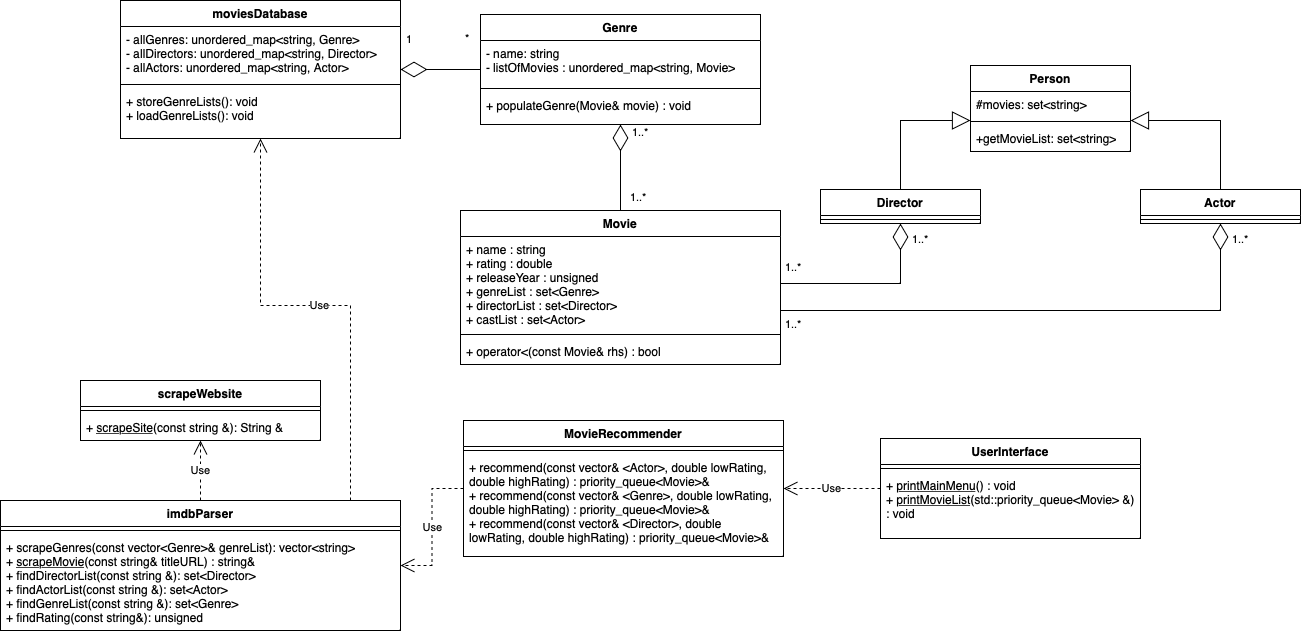
Above: Design Documents/UML Class Diagram.png in dzshao/CineFile (draw.io), before the change. Source tidied: cells renumbered, new cells last; positions are measured from the earlier drawing's top-left corner, leaving out a move shared by most shapes. Source of this version:
```xml
<mxGraphModel>
  <root>
    <mxCell id="0" />
    <mxCell id="1" parent="0" />
    <mxCell id="2" value="scrapeWebsite" style="swimlane;fontStyle=1;align=center;verticalAlign=top;horizontal=1;startSize=26;whiteSpace=wrap;html=1;" parent="1" vertex="1">
      <mxGeometry x="80" y="380" width="240" height="60" as="geometry" />
    </mxCell>
    <mxCell id="3" style="line;strokeWidth=1;fillColor=none;align=left;verticalAlign=middle;spacingTop=-1;spacingLeft=3;spacingRight=3;labelPosition=right;strokeColor=inherit;" parent="2" vertex="1">
      <mxGeometry y="26" width="240" height="8" as="geometry" />
    </mxCell>
    <mxCell id="4" value="+ &lt;u&gt;scrapeSite&lt;/u&gt;(const string &amp;amp;): String &amp;amp;" style="text;strokeColor=none;fillColor=none;align=left;verticalAlign=top;spacingLeft=4;spacingRight=4;overflow=hidden;whiteSpace=wrap;html=1;" parent="2" vertex="1">
      <mxGeometry y="34" width="240" height="26" as="geometry" />
    </mxCell>
    <mxCell id="5" value="imdbParser" style="swimlane;fontStyle=1;align=center;verticalAlign=top;horizontal=1;startSize=26;whiteSpace=wrap;html=1;" parent="1" vertex="1">
      <mxGeometry y="500" width="400" height="130" as="geometry" />
    </mxCell>
    <mxCell id="6" style="line;strokeWidth=1;fillColor=none;align=left;verticalAlign=middle;spacingTop=-1;spacingLeft=3;spacingRight=3;labelPosition=right;strokeColor=inherit;" parent="5" vertex="1">
      <mxGeometry y="26" width="400" height="8" as="geometry" />
    </mxCell>
    <mxCell id="7" value="+ scrapeGenres(const vector&amp;lt;Genre&amp;gt;&amp;amp; genreList): vector&amp;lt;string&amp;gt;&lt;br&gt;+ &lt;u&gt;scrapeMovie&lt;/u&gt;(const string&amp;amp; titleURL) : string&amp;amp;&lt;br&gt;&lt;span id=&quot;docs-internal-guid-ddfb0b3d-7fff-8df2-92ae-f0cd53066be5&quot;&gt;&lt;/span&gt;&lt;span id=&quot;docs-internal-guid-843b13eb-7fff-01cc-6c29-d7cb26094bbc&quot;&gt;&lt;/span&gt;&lt;span id=&quot;docs-internal-guid-843b13eb-7fff-01cc-6c29-d7cb26094bbc&quot;&gt;&lt;/span&gt;&lt;span id=&quot;docs-internal-guid-843b13eb-7fff-01cc-6c29-d7cb26094bbc&quot;&gt;&lt;/span&gt;&lt;span id=&quot;docs-internal-guid-843b13eb-7fff-01cc-6c29-d7cb26094bbc&quot;&gt;&lt;/span&gt;+ findDirectorList(const string &amp;amp;): set&amp;lt;Director&amp;gt;&lt;br&gt;+ findActorList(const string &amp;amp;): set&amp;lt;Actor&amp;gt;&lt;br&gt;+ findGenreList(const string &amp;amp;): set&amp;lt;Genre&amp;gt;&lt;br&gt;+ findRating(const string&amp;amp;): unsigned" style="text;strokeColor=none;fillColor=none;align=left;verticalAlign=top;spacingLeft=4;spacingRight=4;overflow=hidden;whiteSpace=wrap;html=1;" parent="5" vertex="1">
      <mxGeometry y="34" width="400" height="96" as="geometry" />
    </mxCell>
    <mxCell id="8" value="moviesDatabase" style="swimlane;fontStyle=1;align=center;verticalAlign=top;horizontal=1;startSize=26;whiteSpace=wrap;html=1;" parent="1" vertex="1">
      <mxGeometry x="120" width="280" height="138" as="geometry" />
    </mxCell>
    <mxCell id="9" value="- allGenres: unordered_map&amp;lt;string, Genre&amp;gt;&lt;br&gt;- allDirectors: unordered_map&amp;lt;string, Director&amp;gt;&lt;br&gt;- allActors: unordered_map&amp;lt;string, Actor&amp;gt;" style="text;strokeColor=none;fillColor=none;align=left;verticalAlign=top;spacingLeft=4;spacingRight=4;overflow=hidden;whiteSpace=wrap;html=1;" parent="8" vertex="1">
      <mxGeometry y="26" width="280" height="54" as="geometry" />
    </mxCell>
    <mxCell id="10" style="line;strokeWidth=1;fillColor=none;align=left;verticalAlign=middle;spacingTop=-1;spacingLeft=3;spacingRight=3;labelPosition=right;strokeColor=inherit;" parent="8" vertex="1">
      <mxGeometry y="80" width="280" height="8" as="geometry" />
    </mxCell>
    <mxCell id="11" value="+ storeGenreLists(): void&lt;br&gt;+ loadGenreLists(): void" style="text;strokeColor=none;fillColor=none;align=left;verticalAlign=top;spacingLeft=4;spacingRight=4;overflow=hidden;whiteSpace=wrap;html=1;" parent="8" vertex="1">
      <mxGeometry y="88" width="280" height="50" as="geometry" />
    </mxCell>
    <mxCell id="12" value="Genre" style="swimlane;fontStyle=1;align=center;verticalAlign=top;horizontal=1;startSize=26;whiteSpace=wrap;html=1;" parent="1" vertex="1">
      <mxGeometry x="480" y="14" width="280" height="110" as="geometry" />
    </mxCell>
    <mxCell id="13" value="- name: string&lt;br&gt;- listOfMovies : unordered_map&amp;lt;string, Movie&amp;gt;" style="text;strokeColor=none;fillColor=none;align=left;verticalAlign=top;spacingLeft=4;spacingRight=4;overflow=hidden;whiteSpace=wrap;html=1;" parent="12" vertex="1">
      <mxGeometry y="26" width="280" height="44" as="geometry" />
    </mxCell>
    <mxCell id="14" style="line;strokeWidth=1;fillColor=none;align=left;verticalAlign=middle;spacingTop=-1;spacingLeft=3;spacingRight=3;labelPosition=right;strokeColor=inherit;" parent="12" vertex="1">
      <mxGeometry y="70" width="280" height="8" as="geometry" />
    </mxCell>
    <mxCell id="15" value="+ populateGenre(Movie&amp;amp; movie) : void" style="text;strokeColor=none;fillColor=none;align=left;verticalAlign=top;spacingLeft=4;spacingRight=4;overflow=hidden;whiteSpace=wrap;html=1;" parent="12" vertex="1">
      <mxGeometry y="78" width="280" height="32" as="geometry" />
    </mxCell>
    <mxCell id="16" value="Movie" style="swimlane;fontStyle=1;align=center;verticalAlign=top;horizontal=1;startSize=26;whiteSpace=wrap;html=1;" parent="1" vertex="1">
      <mxGeometry x="460" y="210" width="320" height="154" as="geometry" />
    </mxCell>
    <mxCell id="17" value="+ name : string&lt;br&gt;+ rating : double&lt;br&gt;+ releaseYear : unsigned&lt;br&gt;+ genreList : set&amp;lt;Genre&amp;gt;&lt;br&gt;+ directorList : set&amp;lt;Director&amp;gt;&lt;br&gt;+ castList : set&amp;lt;Actor&amp;gt;" style="text;strokeColor=none;fillColor=none;align=left;verticalAlign=top;spacingLeft=4;spacingRight=4;overflow=hidden;points=[[0,0.5],[1,0.5]];portConstraint=eastwest;whiteSpace=wrap;html=1;" parent="16" vertex="1">
      <mxGeometry y="26" width="320" height="94" as="geometry" />
    </mxCell>
    <mxCell id="18" style="line;strokeWidth=1;fillColor=none;align=left;verticalAlign=middle;spacingTop=-1;spacingLeft=3;spacingRight=3;labelPosition=right;strokeColor=inherit;" parent="16" vertex="1">
      <mxGeometry y="120" width="320" height="8" as="geometry" />
    </mxCell>
    <mxCell id="19" value="+ operator&amp;lt;(const Movie&amp;amp; rhs) : bool" style="text;strokeColor=none;fillColor=none;align=left;verticalAlign=top;spacingLeft=4;spacingRight=4;overflow=hidden;whiteSpace=wrap;html=1;" parent="16" vertex="1">
      <mxGeometry y="128" width="320" height="26" as="geometry" />
    </mxCell>
    <mxCell id="20" value="MovieRecommender" style="swimlane;fontStyle=1;align=center;verticalAlign=top;horizontal=1;startSize=26;whiteSpace=wrap;html=1;" parent="1" vertex="1">
      <mxGeometry x="463" y="420" width="320" height="136" as="geometry" />
    </mxCell>
    <mxCell id="21" style="line;strokeWidth=1;fillColor=none;align=left;verticalAlign=middle;spacingTop=-1;spacingLeft=3;spacingRight=3;labelPosition=right;strokeColor=inherit;" parent="20" vertex="1">
      <mxGeometry y="26" width="320" height="8" as="geometry" />
    </mxCell>
    <mxCell id="22" value="+ recommend(const vector&amp;amp; &amp;lt;Actor&amp;gt;, double lowRating, double highRating) : priority_queue&amp;lt;Movie&amp;gt;&amp;amp;&lt;br&gt;+ recommend(const vector&amp;amp; &amp;lt;Genre&amp;gt;, double lowRating, double highRating) : priority_queue&amp;lt;Movie&amp;gt;&amp;amp;&lt;br&gt;+ recommend(const vector&amp;amp; &amp;lt;Director&amp;gt;, double lowRating, double highRating) : priority_queue&amp;lt;Movie&amp;gt;&amp;amp;" style="text;strokeColor=none;fillColor=none;align=left;verticalAlign=top;spacingLeft=4;spacingRight=4;overflow=hidden;whiteSpace=wrap;html=1;" parent="20" vertex="1">
      <mxGeometry y="34" width="320" height="102" as="geometry" />
    </mxCell>
    <mxCell id="23" value="Actor" style="swimlane;fontStyle=1;align=center;verticalAlign=top;horizontal=1;startSize=26;whiteSpace=wrap;html=1;" parent="1" vertex="1">
      <mxGeometry x="1140" y="189" width="160" height="34" as="geometry" />
    </mxCell>
    <mxCell id="24" style="line;strokeWidth=1;fillColor=none;align=left;verticalAlign=middle;spacingTop=-1;spacingLeft=3;spacingRight=3;labelPosition=right;strokeColor=inherit;" parent="23" vertex="1">
      <mxGeometry y="26" width="160" height="8" as="geometry" />
    </mxCell>
    <mxCell id="25" value="Director" style="swimlane;fontStyle=1;align=center;verticalAlign=top;horizontal=1;startSize=26;whiteSpace=wrap;html=1;" parent="1" vertex="1">
      <mxGeometry x="820" y="189" width="160" height="34" as="geometry" />
    </mxCell>
    <mxCell id="26" style="line;strokeWidth=1;fillColor=none;align=left;verticalAlign=middle;spacingTop=-1;spacingLeft=3;spacingRight=3;labelPosition=right;strokeColor=inherit;" parent="25" vertex="1">
      <mxGeometry y="26" width="160" height="8" as="geometry" />
    </mxCell>
    <mxCell id="27" value="UserInterface" style="swimlane;fontStyle=1;align=center;verticalAlign=top;horizontal=1;startSize=26;whiteSpace=wrap;html=1;" parent="1" vertex="1">
      <mxGeometry x="880" y="438" width="260" height="100" as="geometry" />
    </mxCell>
    <mxCell id="28" style="line;strokeWidth=1;fillColor=none;align=left;verticalAlign=middle;spacingTop=-1;spacingLeft=3;spacingRight=3;labelPosition=right;strokeColor=inherit;" parent="27" vertex="1">
      <mxGeometry y="26" width="260" height="8" as="geometry" />
    </mxCell>
    <mxCell id="29" value="+ &lt;u&gt;printMainMenu&lt;/u&gt;() : void&lt;br&gt;+ &lt;u&gt;printMovieList&lt;/u&gt;(std::priority_queue&amp;lt;Movie&amp;gt; &amp;amp;) : void" style="text;strokeColor=none;fillColor=none;align=left;verticalAlign=top;spacingLeft=4;spacingRight=4;overflow=hidden;whiteSpace=wrap;html=1;" parent="27" vertex="1">
      <mxGeometry y="34" width="260" height="66" as="geometry" />
    </mxCell>
    <mxCell id="30" style="endArrow=block;endSize=16;endFill=0;html=1;rounded=0;exitX=0.5;exitY=0;exitDx=0;exitDy=0;edgeStyle=orthogonalEdgeStyle;" parent="1" edge="1" source="25" target="47">
      <mxGeometry relative="1" as="geometry">
        <Array as="points">
          <mxPoint x="900" y="120" />
        </Array>
      </mxGeometry>
    </mxCell>
    <mxCell id="31" style="endArrow=block;endSize=16;endFill=0;html=1;rounded=0;exitX=0.5;exitY=0;exitDx=0;exitDy=0;edgeStyle=orthogonalEdgeStyle;" parent="1" edge="1" source="23" target="47">
      <mxGeometry relative="1" as="geometry">
        <Array as="points">
          <mxPoint x="1220" y="120" />
        </Array>
      </mxGeometry>
    </mxCell>
    <mxCell id="32" style="endArrow=diamondThin;endFill=0;endSize=24;html=1;rounded=0;edgeStyle=orthogonalEdgeStyle;" parent="1" edge="1" source="12" target="8">
      <mxGeometry relative="1" as="geometry" />
    </mxCell>
    <mxCell id="33" value="1..*" style="endArrow=none;html=1;endSize=24;startArrow=diamondThin;startSize=24;startFill=0;edgeStyle=orthogonalEdgeStyle;align=left;verticalAlign=bottom;rounded=0;endFill=0;" parent="1" edge="1" source="12" target="16">
      <mxGeometry x="-0.6" y="10" relative="1" as="geometry" />
    </mxCell>
    <mxCell id="34" value="&lt;span style=&quot;font-size: 11px; background-color: rgb(255, 255, 255);&quot;&gt;1&lt;/span&gt;" style="text;whiteSpace=wrap;html=1;" parent="1" vertex="1">
      <mxGeometry x="404" y="25" width="50" height="40" as="geometry" />
    </mxCell>
    <mxCell id="35" value="&lt;span style=&quot;caret-color: rgb(0, 0, 0); color: rgb(0, 0, 0); font-family: Helvetica; font-size: 11px; font-style: normal; font-variant-caps: normal; font-weight: 400; letter-spacing: normal; text-align: left; text-indent: 0px; text-transform: none; word-spacing: 0px; -webkit-text-stroke-width: 0px; background-color: rgb(255, 255, 255); text-decoration: none; float: none; display: inline !important;&quot;&gt;1..*&lt;/span&gt;" style="text;whiteSpace=wrap;html=1;" parent="1" vertex="1">
      <mxGeometry x="628" y="183" width="50" height="40" as="geometry" />
    </mxCell>
    <mxCell id="36" value="&lt;span style=&quot;font-size: 11px; background-color: rgb(255, 255, 255);&quot;&gt;*&lt;/span&gt;" style="text;whiteSpace=wrap;html=1;" parent="1" vertex="1">
      <mxGeometry x="463" y="24" width="50" height="40" as="geometry" />
    </mxCell>
    <mxCell id="37" value="Use" style="endArrow=open;endSize=12;dashed=1;html=1;rounded=0;edgeStyle=orthogonalEdgeStyle;" parent="1" edge="1" source="5" target="2">
      <mxGeometry relative="1" as="geometry" />
    </mxCell>
    <mxCell id="38" value="Use" style="endArrow=open;endSize=12;dashed=1;html=1;rounded=0;edgeStyle=orthogonalEdgeStyle;" parent="1" edge="1" source="20" target="5">
      <mxGeometry relative="1" as="geometry" />
    </mxCell>
    <mxCell id="39" style="endArrow=diamondThin;endFill=0;endSize=24;html=1;rounded=0;edgeStyle=orthogonalEdgeStyle;" parent="1" edge="1" source="17" target="25">
      <mxGeometry relative="1" as="geometry" />
    </mxCell>
    <mxCell id="40" style="endArrow=diamondThin;endFill=0;endSize=24;html=1;rounded=0;edgeStyle=orthogonalEdgeStyle;" parent="1" edge="1" source="17" target="23">
      <mxGeometry relative="1" as="geometry">
        <Array as="points">
          <mxPoint x="1220" y="310" />
        </Array>
      </mxGeometry>
    </mxCell>
    <mxCell id="41" value="Use" style="endArrow=open;endSize=12;dashed=1;html=1;rounded=0;edgeStyle=orthogonalEdgeStyle;" parent="1" edge="1" source="5" target="8">
      <mxGeometry relative="1" as="geometry">
        <Array as="points">
          <mxPoint x="350" y="305" />
          <mxPoint x="260" y="305" />
        </Array>
      </mxGeometry>
    </mxCell>
    <mxCell id="42" value="Use" style="endArrow=open;endSize=12;dashed=1;html=1;rounded=0;edgeStyle=orthogonalEdgeStyle;" parent="1" edge="1" source="27" target="20">
      <mxGeometry relative="1" as="geometry" />
    </mxCell>
    <mxCell id="43" value="&lt;span style=&quot;caret-color: rgb(0, 0, 0); color: rgb(0, 0, 0); font-family: Helvetica; font-size: 11px; font-style: normal; font-variant-caps: normal; font-weight: 400; letter-spacing: normal; text-align: left; text-indent: 0px; text-transform: none; word-spacing: 0px; -webkit-text-stroke-width: 0px; background-color: rgb(255, 255, 255); text-decoration: none; float: none; display: inline !important;&quot;&gt;1..*&lt;/span&gt;" style="text;whiteSpace=wrap;html=1;" parent="1" vertex="1">
      <mxGeometry x="910" y="225" width="50" height="40" as="geometry" />
    </mxCell>
    <mxCell id="44" value="&lt;span style=&quot;caret-color: rgb(0, 0, 0); color: rgb(0, 0, 0); font-family: Helvetica; font-size: 11px; font-style: normal; font-variant-caps: normal; font-weight: 400; letter-spacing: normal; text-align: left; text-indent: 0px; text-transform: none; word-spacing: 0px; -webkit-text-stroke-width: 0px; background-color: rgb(255, 255, 255); text-decoration: none; float: none; display: inline !important;&quot;&gt;1..*&lt;/span&gt;" style="text;whiteSpace=wrap;html=1;" parent="1" vertex="1">
      <mxGeometry x="783" y="253" width="50" height="40" as="geometry" />
    </mxCell>
    <mxCell id="45" value="&lt;span style=&quot;caret-color: rgb(0, 0, 0); color: rgb(0, 0, 0); font-family: Helvetica; font-size: 11px; font-style: normal; font-variant-caps: normal; font-weight: 400; letter-spacing: normal; text-align: left; text-indent: 0px; text-transform: none; word-spacing: 0px; -webkit-text-stroke-width: 0px; background-color: rgb(255, 255, 255); text-decoration: none; float: none; display: inline !important;&quot;&gt;1..*&lt;/span&gt;" style="text;whiteSpace=wrap;html=1;" parent="1" vertex="1">
      <mxGeometry x="1230" y="225" width="50" height="40" as="geometry" />
    </mxCell>
    <mxCell id="46" value="&lt;span style=&quot;caret-color: rgb(0, 0, 0); color: rgb(0, 0, 0); font-family: Helvetica; font-size: 11px; font-style: normal; font-variant-caps: normal; font-weight: 400; letter-spacing: normal; text-align: left; text-indent: 0px; text-transform: none; word-spacing: 0px; -webkit-text-stroke-width: 0px; background-color: rgb(255, 255, 255); text-decoration: none; float: none; display: inline !important;&quot;&gt;1..*&lt;/span&gt;" style="text;whiteSpace=wrap;html=1;" parent="1" vertex="1">
      <mxGeometry x="783" y="310" width="50" height="40" as="geometry" />
    </mxCell>
    <mxCell id="47" value="Person&lt;span style=&quot;white-space: pre;&quot;&gt;&lt;/span&gt;" style="swimlane;fontStyle=1;align=center;verticalAlign=top;horizontal=1;startSize=26;whiteSpace=wrap;html=1;" parent="1" vertex="1">
      <mxGeometry x="970" y="65" width="160" height="86" as="geometry" />
    </mxCell>
    <mxCell id="48" value="#movies: set&amp;lt;string&amp;gt;&lt;span style=&quot;white-space: pre;&quot;&gt;&lt;/span&gt;" style="text;strokeColor=none;fillColor=none;align=left;verticalAlign=top;spacingLeft=4;spacingRight=4;overflow=hidden;whiteSpace=wrap;html=1;" parent="47" vertex="1">
      <mxGeometry y="26" width="160" height="26" as="geometry" />
    </mxCell>
    <mxCell id="49" style="line;strokeWidth=1;fillColor=none;align=left;verticalAlign=middle;spacingTop=-1;spacingLeft=3;spacingRight=3;labelPosition=right;strokeColor=inherit;" parent="47" vertex="1">
      <mxGeometry y="52" width="160" height="8" as="geometry" />
    </mxCell>
    <mxCell id="50" value="+getMovieList: set&amp;lt;string&amp;gt;" style="text;strokeColor=none;fillColor=none;align=left;verticalAlign=top;spacingLeft=4;spacingRight=4;overflow=hidden;whiteSpace=wrap;html=1;" parent="47" vertex="1">
      <mxGeometry y="60" width="160" height="26" as="geometry" />
    </mxCell>
  </root>
</mxGraphModel>
```
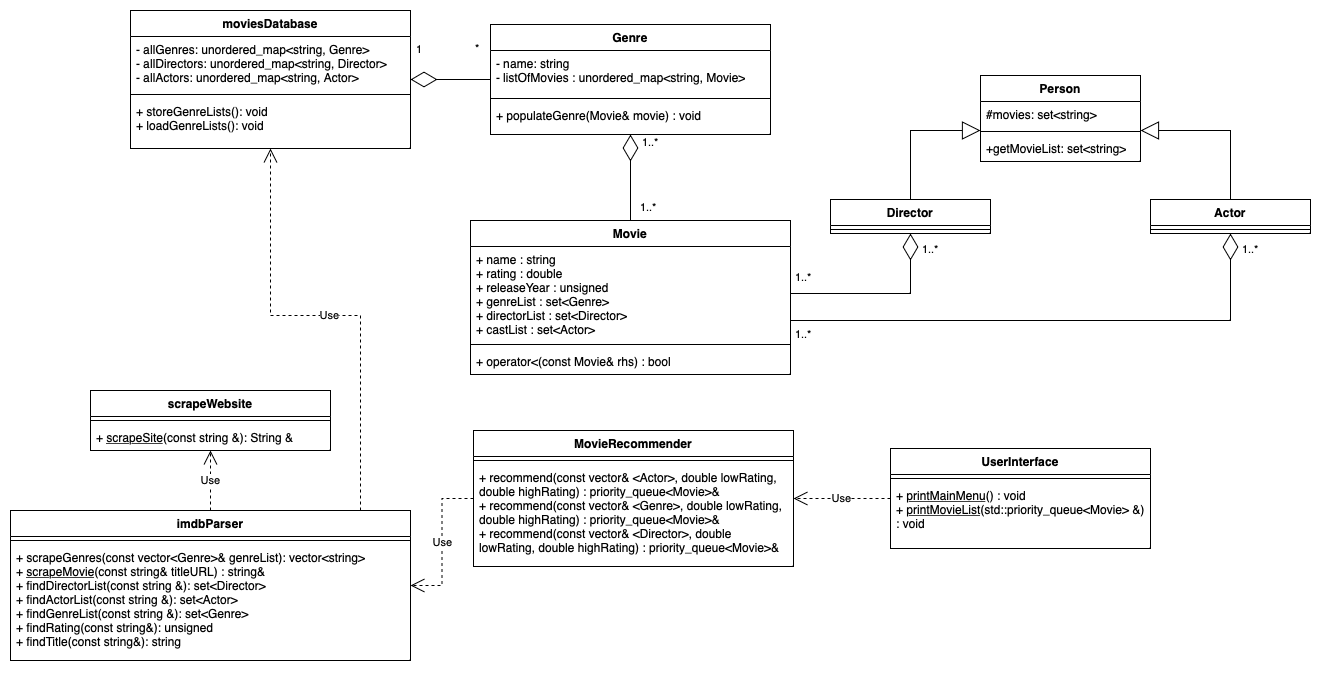
After the change.

Commit message:
Updated UML class diagram

Diff of the diagram source:
```diff
@@ -12,13 +12,13 @@
       <mxGeometry y="34" width="240" height="26" as="geometry" />
     </mxCell>
     <mxCell id="5" value="imdbParser" style="swimlane;fontStyle=1;align=center;verticalAlign=top;horizontal=1;startSize=26;whiteSpace=wrap;html=1;" parent="1" vertex="1">
-      <mxGeometry y="500" width="400" height="130" as="geometry" />
+      <mxGeometry y="500" width="400" height="150" as="geometry" />
     </mxCell>
     <mxCell id="6" style="line;strokeWidth=1;fillColor=none;align=left;verticalAlign=middle;spacingTop=-1;spacingLeft=3;spacingRight=3;labelPosition=right;strokeColor=inherit;" parent="5" vertex="1">
       <mxGeometry y="26" width="400" height="8" as="geometry" />
     </mxCell>
-    <mxCell id="7" value="+ scrapeGenres(const vector&amp;lt;Genre&amp;gt;&amp;amp; genreList): vector&amp;lt;string&amp;gt;&lt;br&gt;+ &lt;u&gt;scrapeMovie&lt;/u&gt;(const string&amp;amp; titleURL) : string&amp;amp;&lt;br&gt;&lt;span id=&quot;docs-internal-guid-ddfb0b3d-7fff-8df2-92ae-f0cd53066be5&quot;&gt;&lt;/span&gt;&lt;span id=&quot;docs-internal-guid-843b13eb-7fff-01cc-6c29-d7cb26094bbc&quot;&gt;&lt;/span&gt;&lt;span id=&quot;docs-internal-guid-843b13eb-7fff-01cc-6c29-d7cb26094bbc&quot;&gt;&lt;/span&gt;&lt;span id=&quot;docs-internal-guid-843b13eb-7fff-01cc-6c29-d7cb26094bbc&quot;&gt;&lt;/span&gt;&lt;span id=&quot;docs-internal-guid-843b13eb-7fff-01cc-6c29-d7cb26094bbc&quot;&gt;&lt;/span&gt;+ findDirectorList(const string &amp;amp;): set&amp;lt;Director&amp;gt;&lt;br&gt;+ findActorList(const string &amp;amp;): set&amp;lt;Actor&amp;gt;&lt;br&gt;+ findGenreList(const string &amp;amp;): set&amp;lt;Genre&amp;gt;&lt;br&gt;+ findRating(const string&amp;amp;): unsigned" style="text;strokeColor=none;fillColor=none;align=left;verticalAlign=top;spacingLeft=4;spacingRight=4;overflow=hidden;whiteSpace=wrap;html=1;" parent="5" vertex="1">
-      <mxGeometry y="34" width="400" height="96" as="geometry" />
+    <mxCell id="7" value="+ scrapeGenres(const vector&amp;lt;Genre&amp;gt;&amp;amp; genreList): vector&amp;lt;string&amp;gt;&lt;br&gt;+ &lt;u&gt;scrapeMovie&lt;/u&gt;(const string&amp;amp; titleURL) : string&amp;amp;&lt;br&gt;&lt;span id=&quot;docs-internal-guid-ddfb0b3d-7fff-8df2-92ae-f0cd53066be5&quot;&gt;&lt;/span&gt;&lt;span id=&quot;docs-internal-guid-843b13eb-7fff-01cc-6c29-d7cb26094bbc&quot;&gt;&lt;/span&gt;&lt;span id=&quot;docs-internal-guid-843b13eb-7fff-01cc-6c29-d7cb26094bbc&quot;&gt;&lt;/span&gt;&lt;span id=&quot;docs-internal-guid-843b13eb-7fff-01cc-6c29-d7cb26094bbc&quot;&gt;&lt;/span&gt;&lt;span id=&quot;docs-internal-guid-843b13eb-7fff-01cc-6c29-d7cb26094bbc&quot;&gt;&lt;/span&gt;+ findDirectorList(const string &amp;amp;): set&amp;lt;Director&amp;gt;&lt;br&gt;+ findActorList(const string &amp;amp;): set&amp;lt;Actor&amp;gt;&lt;br&gt;+ findGenreList(const string &amp;amp;): set&amp;lt;Genre&amp;gt;&lt;br&gt;+ findRating(const string&amp;amp;): unsigned&lt;br&gt;+ findTitle(const string&amp;amp;): string" style="text;strokeColor=none;fillColor=none;align=left;verticalAlign=top;spacingLeft=4;spacingRight=4;overflow=hidden;whiteSpace=wrap;html=1;" parent="5" vertex="1">
+      <mxGeometry y="34" width="400" height="116" as="geometry" />
     </mxCell>
     <mxCell id="8" value="moviesDatabase" style="swimlane;fontStyle=1;align=center;verticalAlign=top;horizontal=1;startSize=26;whiteSpace=wrap;html=1;" parent="1" vertex="1">
       <mxGeometry x="120" width="280" height="138" as="geometry" />
```
